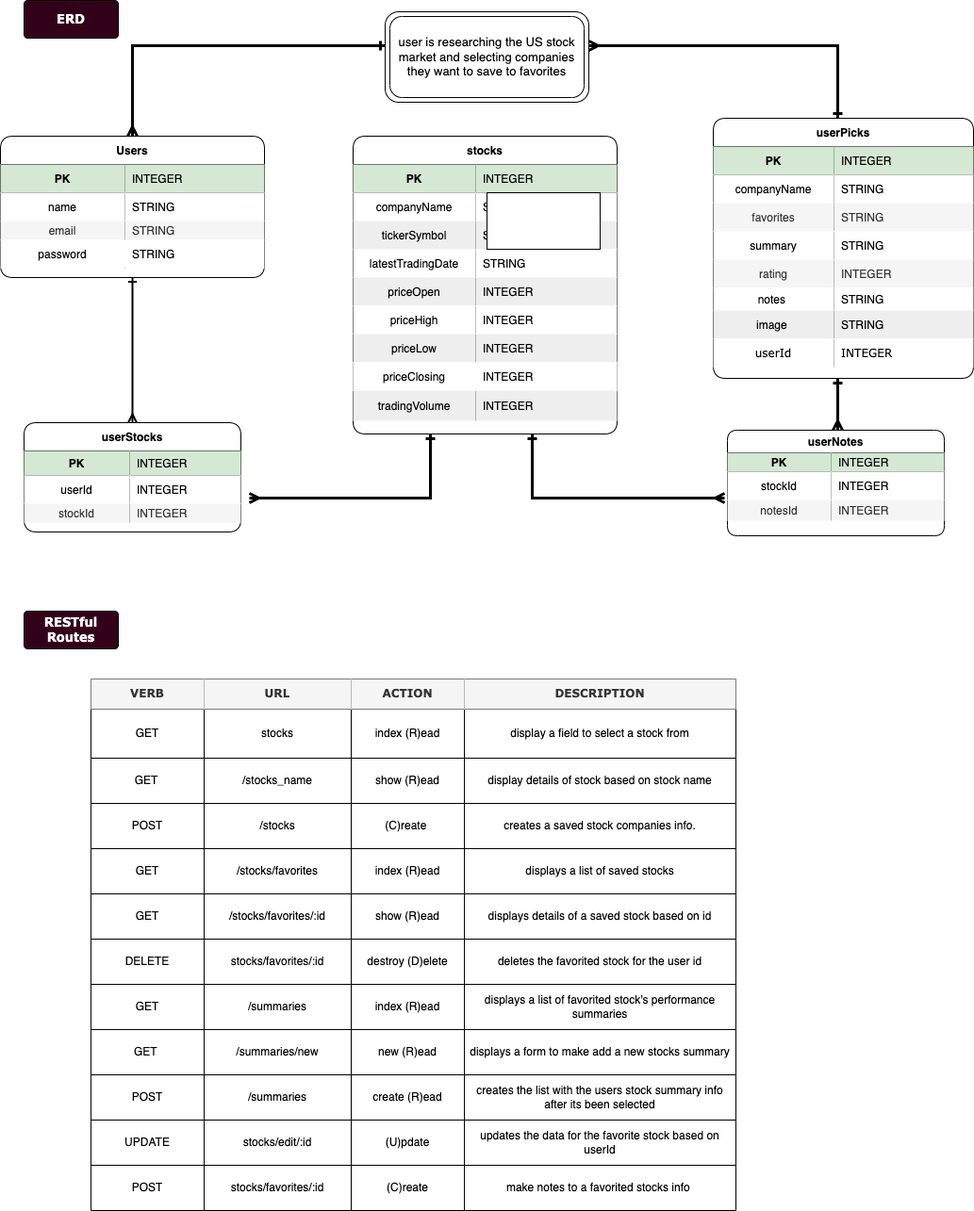
Professorsurf/Project-2 keeps this draw.io diagram as ERD.drawio.png. Above is the earlier version. Source tidied: cells renumbered, new cells last; positions are measured from the earlier drawing's top-left corner, leaving out a move shared by most shapes.
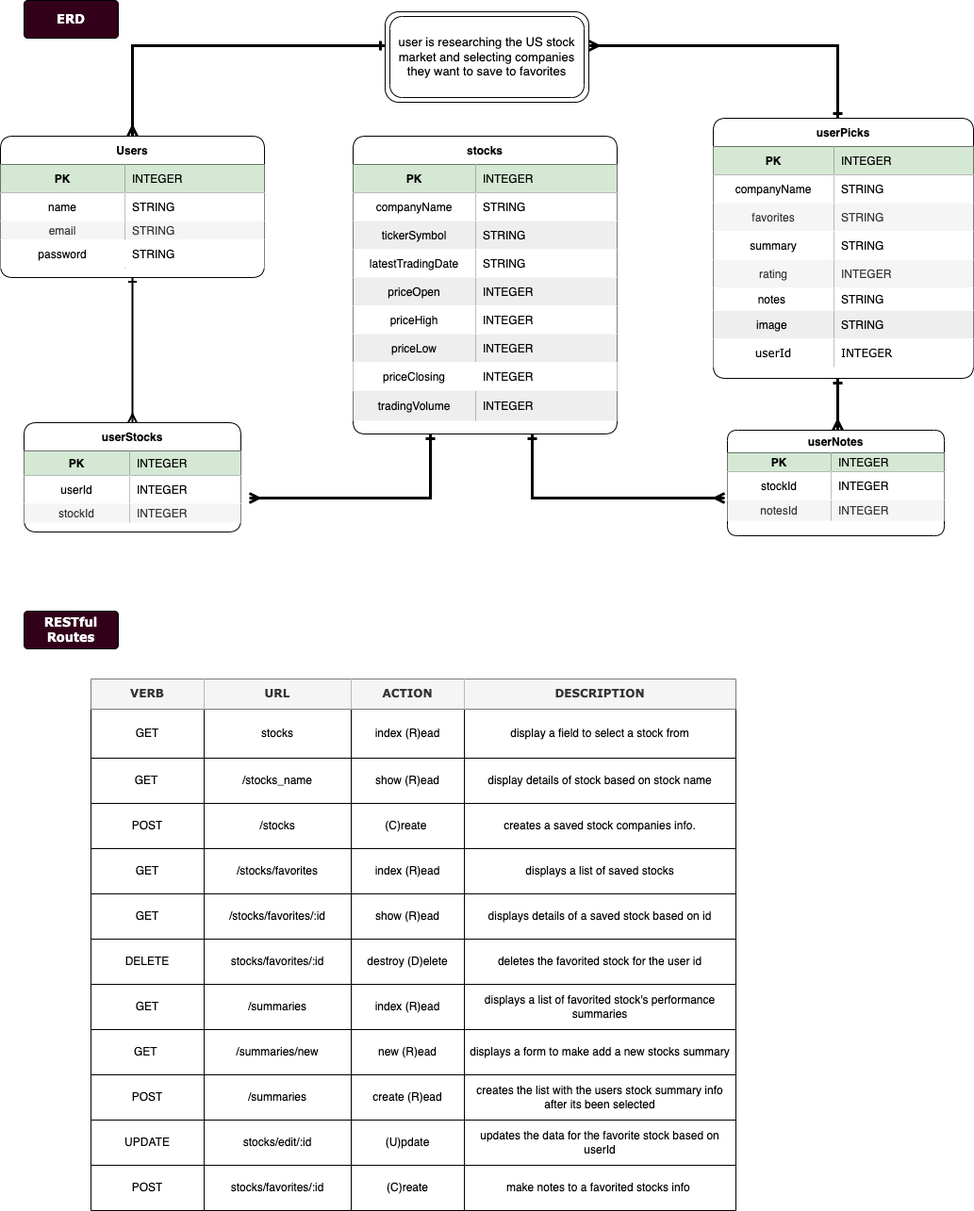
The same file after the commit.

Diff of the diagram source:
```diff
@@ -491,15 +491,6 @@
     <mxCell id="155" value="make notes to a favorited stocks info&amp;nbsp;" style="shape=partialRectangle;html=1;whiteSpace=wrap;fillColor=none;top=0;left=0;bottom=0;right=0;overflow=hidden;rounded=1;shadow=0;" parent="151" vertex="1">
       <mxGeometry x="396" width="288" height="48" as="geometry" />
     </mxCell>
-    <mxCell id="156" style="rounded=0;whiteSpace=wrap;html=1;shadow=0;labelBackgroundColor=#E6E6E6;sketch=0;fontFamily=Verdana;fontSize=13;fontColor=#0066CC;strokeWidth=1;" parent="1" vertex="1">
-      <mxGeometry x="516" y="204" width="120" height="60" as="geometry" />
-    </mxCell>
-    <mxCell id="157" style="rounded=0;whiteSpace=wrap;html=1;shadow=0;labelBackgroundColor=#E6E6E6;sketch=0;fontFamily=Verdana;fontSize=13;fontColor=#0066CC;strokeWidth=1;" parent="1" vertex="1">
-      <mxGeometry x="516" y="204" width="120" height="60" as="geometry" />
-    </mxCell>
-    <mxCell id="158" style="rounded=0;whiteSpace=wrap;html=1;shadow=0;labelBackgroundColor=#E6E6E6;sketch=0;fontFamily=Verdana;fontSize=13;fontColor=#0066CC;strokeWidth=1;" parent="1" vertex="1">
-      <mxGeometry x="516" y="204" width="120" height="60" as="geometry" />
-    </mxCell>
     <mxCell id="159" value="ERD" style="rounded=1;arcSize=10;whiteSpace=wrap;html=1;align=center;shadow=0;labelBackgroundColor=#33001A;sketch=0;fontFamily=Verdana;fontSize=13;fontColor=#FFFFFF;strokeWidth=1;fontStyle=1;fillColor=#33001A;" parent="1" vertex="1">
       <mxGeometry x="25" width="100" height="40" as="geometry" />
     </mxCell>
```
